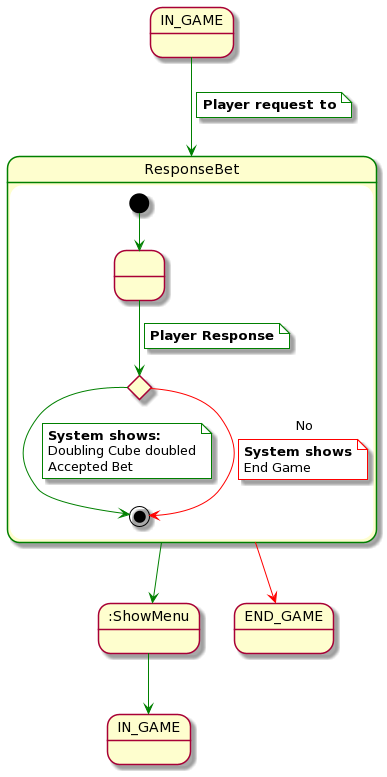
Earlier version of the PlantUML export rup/usecase/response_bet.png (USantaTecla-game-backgammon/backgammon). Its diagram source:
```plantuml
@startuml
state IN_GAME
state IN_GAME2 as "IN_GAME"
state END_GAME

state ResponseBet ##green {
    state response <<choice>>
    state " " as 1

    [*] -[#green]-> 1
    1 -[#green]-> response
    note on link #white
        <b>Player Response</b>
    end note

    response -[#green]-> [*]
    note on link #white
        <b>System shows:</b>
        Doubling Cube doubled
        Accepted Bet
    end note

    response -[#red]-> [*]: No
    note on link #white
        <b>System shows</b>
        End Game
    end note
}

IN_GAME -[#green]-> ResponseBet
note on link #white
    <b>Player request to</b>
end note

ResponseBet -[#green]-> :ShowMenu
:ShowMenu -[#green]-> IN_GAME2
ResponseBet -[#red]-> END_GAME

:ShowMenu -[hidden]right-> END_GAME
@enduml
```
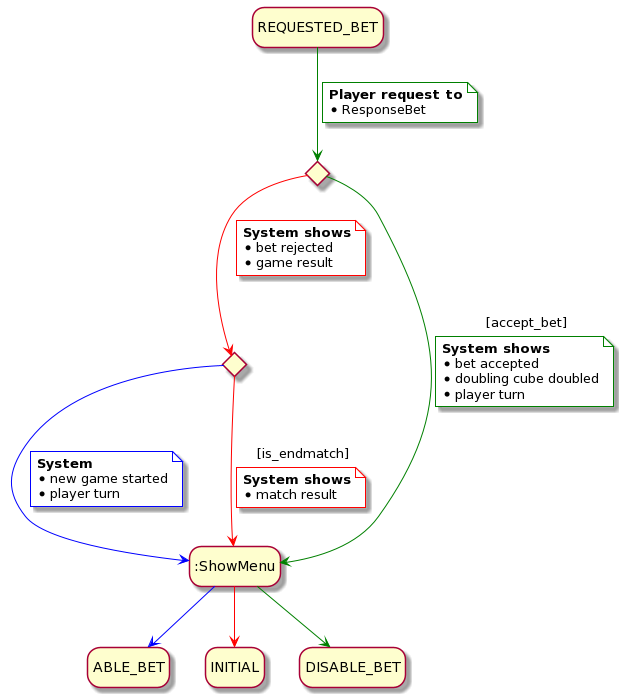
After the commit.

What changed in the source:
```diff
@@ -1,40 +1,45 @@
 @startuml
-state IN_GAME
-state IN_GAME2 as "IN_GAME"
-state END_GAME
+hide empty description
 
-state ResponseBet ##green {
-    state response <<choice>>
-    state " " as 1
+state REQUESTED_BET
+state response <<choice>>
+state status <<choice>>
 
-    [*] -[#green]-> 1
-    1 -[#green]-> response
-    note on link #white
-        <b>Player Response</b>
-    end note
-
-    response -[#green]-> [*]
-    note on link #white
-        <b>System shows:</b>
-        Doubling Cube doubled
-        Accepted Bet
-    end note
-
-    response -[#red]-> [*]: No
-    note on link #white
-        <b>System shows</b>
-        End Game
-    end note
-}
-
-IN_GAME -[#green]-> ResponseBet
+REQUESTED_BET -[#green]-> response
 note on link #white
     <b>Player request to</b>
+    * ResponseBet
 end note
 
-ResponseBet -[#green]-> :ShowMenu
-:ShowMenu -[#green]-> IN_GAME2
-ResponseBet -[#red]-> END_GAME
+response -[#green]-> :ShowMenu : [accept_bet]
+note on link #white
+    <b>System shows</b>
+    * bet accepted
+    * doubling cube doubled
+    * player turn
+end note
 
-:ShowMenu -[hidden]right-> END_GAME
+response -[#red]-> status
+note on link #white
+    <b>System shows</b>
+    * bet rejected
+    * game result
+end note
+
+status -[#blue]-> :ShowMenu
+note on link #white
+    <b>System </b>
+    * new game started
+    * player turn
+end note
+
+status -[#red]-> :ShowMenu : [is_endmatch]
+note on link #white
+    <b>System shows</b>
+    * match result
+end note
+
+:ShowMenu -[#blue]-> ABLE_BET
+:ShowMenu -[#red]-> INITIAL
+:ShowMenu -[#green]-> DISABLE_BET
 @enduml
```
